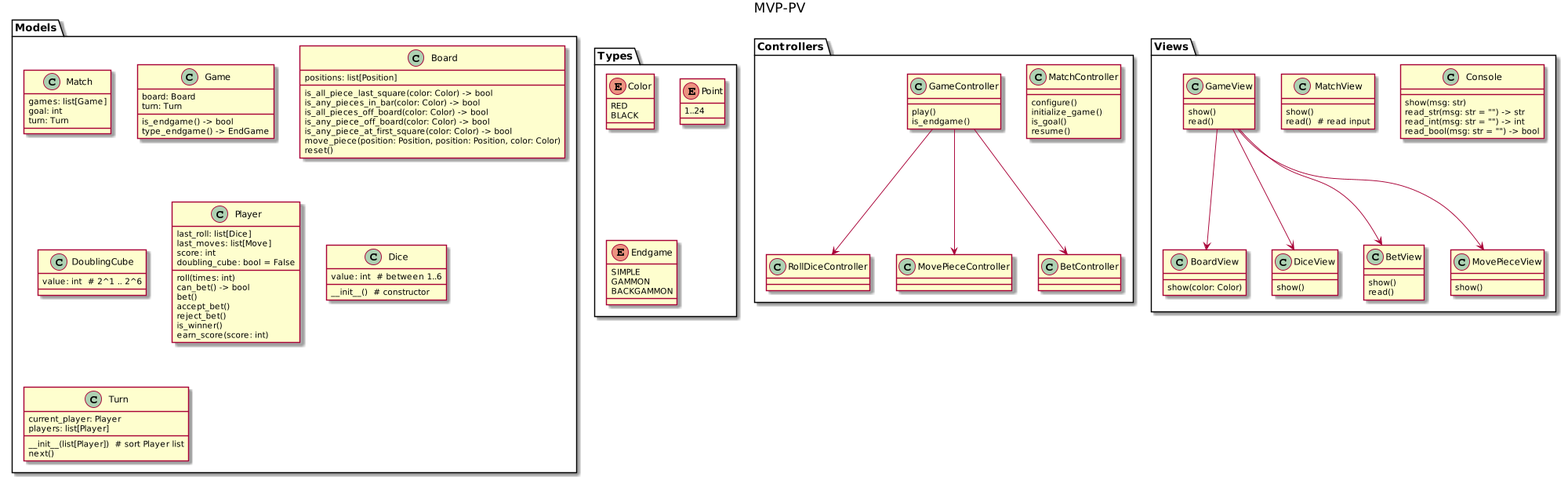
Before: docs/analysis/analysis.png, a diagram exported from PlantUML (USantaTecla-game-backgammon/backgammon).
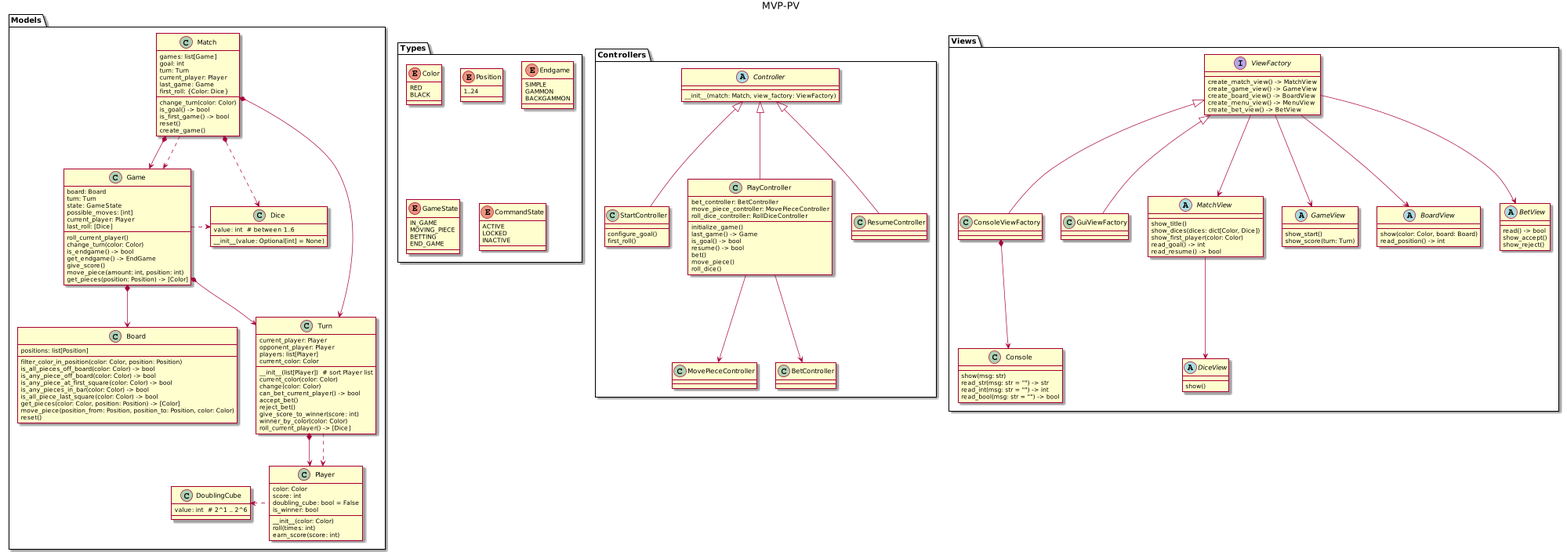
Later version of the same file.

Diff of the diagram source:
```diff
@@ -3,29 +3,76 @@
 scale 2000 width
 
 package Models {
+
     class Match {
         games: list[Game]
         goal: int
         turn: Turn
+        current_player: Player
+        last_game: Game
+        first_roll: {Color: Dice}
 
+        change_turn(color: Color)
+        is_goal() -> bool
+        is_first_game() -> bool
+        reset()
+        create_game()
     }
+    Match *-down-> Game
+    Match .down.> Game
+    Match *-down-> Turn
+    Match *.down.> Dice
+
     class Game {
         board: Board
         turn: Turn
+        state: GameState
+        possible_moves: [int]
+        current_player: Player
+        last_roll: [Dice]
 
+        roll_current_player()
+        change_turn(color: Color)
         is_endgame() -> bool
-        type_endgame() -> EndGame
+        get_endgame() -> EndGame
+        give_score()
+        move_piece(amount: int, position: int)
+        get_pieces(position: Position) -> [Color]
     }
+    Game *-down-> Turn
+    Game *-down-> Board
+    Game .right.> Dice
+
+    class Turn {
+        __init__(list[Player])  # sort Player list
+        current_player: Player
+        opponent_player: Player
+        players: list[Player]
+        current_color: Color
+
+        current_color(color: Color)
+        change(color: Color)
+        can_bet_current_player() -> bool
+        accept_bet()
+        reject_bet()
+        give_score_to_winner(score: int)
+        winner_by_color(color: Color)
+        roll_current_player() -> [Dice]
+    }
+    Turn *-down-> Player
+    Turn ..> Player
 
     class Board {
         positions: list[Position]
 
-        is_all_piece_last_square(color: Color) -> bool
-        is_any_pieces_in_bar(color: Color) -> bool
+        filter_color_in_position(color: Color, position: Position)
         is_all_pieces_off_board(color: Color) -> bool
         is_any_piece_off_board(color: Color) -> bool
         is_any_piece_at_first_square(color: Color) -> bool
-        move_piece(position: Position, position: Position, color: Color)
+        is_any_pieces_in_bar(color: Color) -> bool
+        is_all_piece_last_square(color: Color) -> bool
+        get_pieces(color: Color, position: Position) -> [Color]
+        move_piece(position_from: Position, position_to: Position, color: Color)
         reset()
     }
 
@@ -34,93 +81,116 @@
     }
 
     class Player {
-        last_roll: list[Dice]
-        last_moves: list[Move]
+        color: Color
         score: int
         doubling_cube: bool = False
+        is_winner: bool
 
+        __init__(color: Color)
         roll(times: int)
-        can_bet() -> bool
-        bet()
-        accept_bet()
-        reject_bet()
-        is_winner()
         earn_score(score: int)
     }
+    Player .left.> DoublingCube
 
     class Dice {
         value: int  # between 1..6
-        __init__()  # constructor
+        __init__(value: Optional[int] = None)
     }
 
-    class Turn {
-        __init__(list[Player])  # sort Player list
-        current_player: Player
-        players: list[Player]
 
-        next()
-    }
 
 }
 
 package Controllers {
-    class MatchController {
-        configure()
+    abstract class Controller {
+        __init__(match: Match, view_factory: ViewFactory)
+    }
+
+    class StartController{
+        configure_goal()
+        first_roll()
+    }
+    StartController -up-|> Controller
+
+    class PlayController {
+        bet_controller: BetController
+        move_piece_controller: MovePieceController
+        roll_dice_controller: RollDiceController
+
         initialize_game()
-        is_goal()
-        resume()
+        last_game() -> Game
+        is_goal() -> bool
+        resume() -> bool
+        bet()
+        move_piece()
+        roll_dice()
     }
-    class GameController {
-        play()
-        is_endgame()
-    }
-    class RollDiceController
+    PlayController -up-|> Controller
+
+    class ResumeController {}
+    ResumeController -up-|> Controller
+
     class MovePieceController
     class BetController
 
-    GameController --> RollDiceController
-    GameController --> MovePieceController
-    GameController --> BetController
+    PlayController --> MovePieceController
+    PlayController --> BetController
 }
 
 package Views {
+    interface ViewFactory {
+        create_match_view() -> MatchView
+        create_game_view() -> GameView
+        create_board_view() -> BoardView
+        create_menu_view() -> MenuView
+        create_bet_view() -> BetView
+    }
+
+    class ConsoleViewFactory {}
+    class GuiViewFactory {}
+
+    ConsoleViewFactory -up-|> ViewFactory
+    GuiViewFactory -up-|> ViewFactory
+
     class Console {
         show(msg: str)
         read_str(msg: str = "") -> str
         read_int(msg: str = "") -> int
         read_bool(msg: str = "") -> bool
     }
-    class MatchView {
-        show()
-        read()  # read input
+    ConsoleViewFactory *-down-> Console
+    abstract class MatchView {
+        show_title()
+        show_dices(dices: dict[Color, Dice])
+        show_first_player(color: Color)
+        read_goal() -> int
+        read_resume() -> bool
     }
 
-    class GameView {
-        show()
-        read()
+    abstract class GameView {
+        show_start()
+        show_score(turn: Turn)
     }
 
-    class BoardView {
-        show(color: Color)
+    abstract class BoardView {
+        show(color: Color, board: Board)
+        read_position() -> int
     }
 
-    class DiceView {
+    abstract class DiceView {
         show()
     }
 
-    class BetView {
-        show()
-        read()
+    abstract class BetView {
+        read() -> bool
+        show_accept()
+        show_reject()
     }
-
-    class MovePieceView {
-        show()
-    }
-
-    GameView --> BoardView
-    GameView --> DiceView
-    GameView --> BetView
-    GameView --> MovePieceView
+    ViewFactory --> MatchView
+    ViewFactory --> BoardView
+    ViewFactory --> BetView
+    ViewFactory --> GameView
+    MatchView --> DiceView
 }
 
 package Types {
@@ -129,7 +199,7 @@
         BLACK
     }
 
-    enum Point {
+    enum Position {
         1..24
     }
 
@@ -138,5 +208,18 @@
         GAMMON
         BACKGAMMON
     }
+
+    enum GameState {
+        IN_GAME
+        MOVING_PIECE
+        BETTING
+        END_GAME
+    }
+
+    enum CommandState{
+        ACTIVE
+        LOCKED
+        INACTIVE
+    }
 }
 @enduml
```
